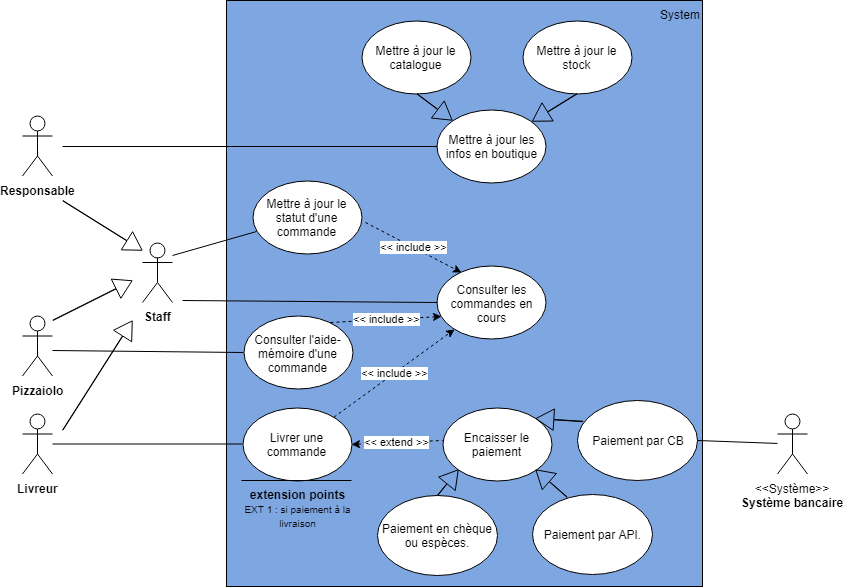
Above: Diagrammes/Diagramme CU Gestion Interne.png in Siridian/OCPizzaSpecFonc (draw.io), before the change. Source tidied: cells renumbered, new cells last; positions are measured from the earlier drawing's top-left corner, leaving out a move shared by most shapes.
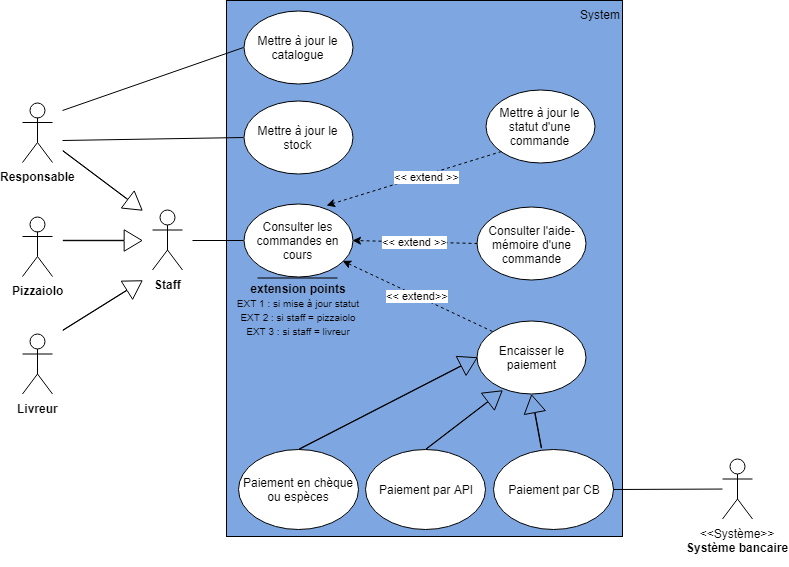
After the commit.

Commit message:
text descs + diagramms of all three packages, first iteration ready for review before merging in the main document

Diff of the diagram source:
```diff
@@ -3,135 +3,112 @@
     <mxCell id="0" />
     <mxCell id="1" parent="0" />
     <mxCell id="2" value="&lt;div style=&quot;text-align: left&quot;&gt;&lt;span&gt;System&lt;/span&gt;&lt;/div&gt;" style="whiteSpace=wrap;html=1;horizontal=1;fillColor=#7EA6E0;verticalAlign=top;labelPosition=center;verticalLabelPosition=middle;align=right;spacingLeft=325;" parent="1" vertex="1">
-      <mxGeometry x="204" width="476" height="586" as="geometry" />
+      <mxGeometry x="204" y="50" width="396" height="536" as="geometry" />
     </mxCell>
     <mxCell id="3" value="&lt;b&gt;Responsable&lt;/b&gt;&lt;br&gt;" style="shape=umlActor;verticalLabelPosition=bottom;labelBackgroundColor=#ffffff;verticalAlign=top;html=1;" parent="1" vertex="1">
-      <mxGeometry y="115.5" width="30" height="60" as="geometry" />
+      <mxGeometry y="152" width="30" height="60" as="geometry" />
     </mxCell>
     <mxCell id="4" value="&lt;b&gt;Pizzaiolo&lt;/b&gt;" style="shape=umlActor;verticalLabelPosition=bottom;labelBackgroundColor=#ffffff;verticalAlign=top;html=1;" parent="1" vertex="1">
-      <mxGeometry y="315.5" width="30" height="60" as="geometry" />
+      <mxGeometry y="266" width="30" height="60" as="geometry" />
     </mxCell>
     <mxCell id="5" value="&lt;b&gt;Livreur&lt;br&gt;&lt;/b&gt;&lt;br&gt;" style="shape=umlActor;verticalLabelPosition=bottom;labelBackgroundColor=#ffffff;verticalAlign=top;html=1;outlineConnect=0;" parent="1" vertex="1">
-      <mxGeometry y="413.5" width="30" height="60" as="geometry" />
+      <mxGeometry y="383.5" width="30" height="60" as="geometry" />
     </mxCell>
     <mxCell id="6" value="Consulter les commandes en cours" style="ellipse;whiteSpace=wrap;html=1;" parent="1" vertex="1">
-      <mxGeometry x="414.5" y="265.5" width="109" height="73" as="geometry" />
+      <mxGeometry x="221" y="253" width="109" height="73" as="geometry" />
     </mxCell>
-    <mxCell id="7" value="&amp;lt;&amp;lt; include &amp;gt;&amp;gt;" style="endArrow=classic;html=1;dashed=1;" parent="1" edge="1" source="9" target="6">
+    <mxCell id="7" value="&amp;lt;&amp;lt; extend&amp;gt;&amp;gt;" style="endArrow=classic;html=1;dashed=1;exitX=0;exitY=0;exitDx=0;exitDy=0;" parent="1" edge="1" source="23" target="6">
       <mxGeometry relative="1" as="geometry" />
     </mxCell>
     <mxCell id="8" value="Consulter l'aide-mémoire d'une commande" style="ellipse;whiteSpace=wrap;html=1;" parent="1" vertex="1">
-      <mxGeometry x="221" y="315.5" width="109" height="73" as="geometry" />
+      <mxGeometry x="454.5" y="256.5" width="109" height="73" as="geometry" />
     </mxCell>
-    <mxCell id="9" value="Livrer une commande&lt;br&gt;" style="ellipse;whiteSpace=wrap;html=1;" parent="1" vertex="1">
-      <mxGeometry x="220" y="407" width="109" height="73" as="geometry" />
-    </mxCell>
     <mxCell id="10" value="Mettre à jour le catalogue" style="ellipse;whiteSpace=wrap;html=1;" parent="1" vertex="1">
-      <mxGeometry x="339" y="20" width="109" height="73" as="geometry" />
+      <mxGeometry x="221" y="60" width="109" height="73" as="geometry" />
     </mxCell>
-    <mxCell id="11" value="Mettre à jour les infos en boutique&lt;br&gt;" style="ellipse;whiteSpace=wrap;html=1;" parent="1" vertex="1">
-      <mxGeometry x="414.5" y="109" width="109" height="73" as="geometry" />
-    </mxCell>
-    <mxCell id="12" style="endArrow=none;html=1;endFill=0;entryX=0;entryY=0.5;entryDx=0;entryDy=0;" parent="1" edge="1" target="11">
+    <mxCell id="12" style="endArrow=none;html=1;endFill=0;entryX=0;entryY=0.5;entryDx=0;entryDy=0;" parent="1" edge="1" target="10">
       <mxGeometry relative="1" as="geometry">
-        <mxPoint x="40" y="146" as="sourcePoint" />
+        <mxPoint x="40" y="160" as="sourcePoint" />
       </mxGeometry>
     </mxCell>
-    <mxCell id="13" value="&amp;lt;&amp;lt; include &amp;gt;&amp;gt;" style="endArrow=classic;html=1;dashed=1;exitX=0.799;exitY=0.091;exitDx=0;exitDy=0;entryX=0.041;entryY=0.688;entryDx=0;entryDy=0;exitPerimeter=0;entryPerimeter=0;" parent="1" edge="1" source="8" target="6">
+    <mxCell id="13" value="&amp;lt;&amp;lt; extend &amp;gt;&amp;gt;" style="endArrow=classic;html=1;dashed=1;exitX=0;exitY=0.5;exitDx=0;exitDy=0;entryX=1;entryY=0.5;entryDx=0;entryDy=0;" parent="1" edge="1" source="8" target="6">
       <mxGeometry relative="1" as="geometry" />
     </mxCell>
-    <mxCell id="14" style="endArrow=none;html=1;endFill=0;entryX=0;entryY=0.5;entryDx=0;entryDy=0;" parent="1" edge="1" target="8">
-      <mxGeometry relative="1" as="geometry">
-        <mxPoint x="30" y="350" as="sourcePoint" />
-      </mxGeometry>
-    </mxCell>
-    <mxCell id="15" style="endArrow=none;html=1;endFill=0;" parent="1" edge="1" source="5" target="9">
-      <mxGeometry relative="1" as="geometry" />
-    </mxCell>
     <mxCell id="16" style="endArrow=none;html=1;endFill=0;entryX=0;entryY=0.5;entryDx=0;entryDy=0;" parent="1" edge="1" target="6">
       <mxGeometry relative="1" as="geometry">
-        <mxPoint x="160" y="300" as="sourcePoint" />
+        <mxPoint x="170" y="290" as="sourcePoint" />
       </mxGeometry>
     </mxCell>
     <mxCell id="17" value="Mettre à jour le stock" style="ellipse;whiteSpace=wrap;html=1;" parent="1" vertex="1">
-      <mxGeometry x="500" y="20" width="109" height="73" as="geometry" />
+      <mxGeometry x="221" y="150" width="109" height="73" as="geometry" />
     </mxCell>
-    <mxCell id="18" style="shape=flexArrow;endArrow=classic;html=1;width=0.4;endSize=5.616;exitX=0.5;exitY=1;exitDx=0;exitDy=0;" parent="1" edge="1" source="17" target="11">
-      <mxGeometry relative="1" as="geometry" />
-    </mxCell>
-    <mxCell id="19" style="shape=flexArrow;endArrow=classic;html=1;width=0.4;endSize=5.616;exitX=0.5;exitY=1;exitDx=0;exitDy=0;entryX=0;entryY=0;entryDx=0;entryDy=0;" parent="1" edge="1" source="10" target="11">
-      <mxGeometry relative="1" as="geometry" />
-    </mxCell>
     <mxCell id="20" value="Mettre à jour le statut d'une commande" style="ellipse;whiteSpace=wrap;html=1;" parent="1" vertex="1">
-      <mxGeometry x="230" y="180" width="109" height="73" as="geometry" />
+      <mxGeometry x="463" y="139" width="109" height="73" as="geometry" />
     </mxCell>
-    <mxCell id="21" style="endArrow=none;html=1;endFill=0;entryX=0.041;entryY=0.704;entryDx=0;entryDy=0;entryPerimeter=0;" parent="1" edge="1" target="20">
-      <mxGeometry relative="1" as="geometry">
-        <mxPoint x="150" y="255" as="sourcePoint" />
-      </mxGeometry>
-    </mxCell>
-    <mxCell id="22" value="&amp;lt;&amp;lt; include &amp;gt;&amp;gt;" style="endArrow=classic;html=1;dashed=1;exitX=1.035;exitY=0.577;exitDx=0;exitDy=0;entryX=0.229;entryY=0.095;entryDx=0;entryDy=0;exitPerimeter=0;entryPerimeter=0;" parent="1" edge="1" source="20" target="6">
-      <mxGeometry relative="1" as="geometry" />
+    <mxCell id="22" value="&amp;lt;&amp;lt; extend &amp;gt;&amp;gt;" style="endArrow=classic;html=1;dashed=1;exitX=0;exitY=1;exitDx=0;exitDy=0;entryX=0.766;entryY=0.034;entryDx=0;entryDy=0;entryPerimeter=0;" parent="1" edge="1" source="20" target="6">
+      <mxGeometry x="-0.14" y="2" relative="1" as="geometry" />
     </mxCell>
     <mxCell id="23" value="Encaisser le paiement&lt;br&gt;" style="ellipse;whiteSpace=wrap;html=1;" parent="1" vertex="1">
-      <mxGeometry x="420" y="407" width="109" height="73" as="geometry" />
+      <mxGeometry x="454.5" y="370.5" width="109" height="73" as="geometry" />
     </mxCell>
     <mxCell id="24" value="Paiement par CB" style="ellipse;whiteSpace=wrap;html=1;" parent="1" vertex="1">
-      <mxGeometry x="554.5" y="400" width="120" height="80" as="geometry" />
+      <mxGeometry x="470.5" y="498.5" width="120" height="80" as="geometry" />
     </mxCell>
-    <mxCell id="25" value="Paiement par API." style="ellipse;whiteSpace=wrap;html=1;" parent="1" vertex="1">
-      <mxGeometry x="510" y="493.5" width="120" height="80" as="geometry" />
+    <mxCell id="25" value="Paiement par API" style="ellipse;whiteSpace=wrap;html=1;" parent="1" vertex="1">
+      <mxGeometry x="343" y="498.5" width="120" height="80" as="geometry" />
     </mxCell>
-    <mxCell id="26" style="shape=flexArrow;endArrow=classic;html=1;width=0.4;endSize=5.616;exitX=0.292;exitY=0.044;exitDx=0;exitDy=0;entryX=1;entryY=1;entryDx=0;entryDy=0;exitPerimeter=0;" parent="1" edge="1" source="25" target="23">
+    <mxCell id="26" style="shape=flexArrow;endArrow=classic;html=1;width=0.4;endSize=5.616;exitX=0.5;exitY=0;exitDx=0;exitDy=0;entryX=0.234;entryY=0.952;entryDx=0;entryDy=0;entryPerimeter=0;" parent="1" edge="1" source="25" target="23">
       <mxGeometry relative="1" as="geometry" />
     </mxCell>
-    <mxCell id="27" style="shape=flexArrow;endArrow=classic;html=1;width=0.4;endSize=5.616;exitX=0.056;exitY=0.259;exitDx=0;exitDy=0;entryX=1;entryY=0;entryDx=0;entryDy=0;exitPerimeter=0;" parent="1" edge="1" source="24" target="23">
+    <mxCell id="27" style="shape=flexArrow;endArrow=classic;html=1;width=0.4;endSize=5.616;entryX=0.5;entryY=1;entryDx=0;entryDy=0;exitX=0.408;exitY=-0.003;exitDx=0;exitDy=0;exitPerimeter=0;" parent="1" edge="1" source="24" target="23">
       <mxGeometry relative="1" as="geometry" />
     </mxCell>
     <mxCell id="28" value="&lt;b&gt;Staff&lt;/b&gt;" style="shape=umlActor;verticalLabelPosition=bottom;labelBackgroundColor=#ffffff;verticalAlign=top;html=1;" parent="1" vertex="1">
-      <mxGeometry x="120" y="242" width="30" height="60" as="geometry" />
+      <mxGeometry x="130" y="259.5" width="30" height="60" as="geometry" />
     </mxCell>
     <mxCell id="29" style="shape=flexArrow;endArrow=classic;html=1;width=0.4;endSize=5.616;" parent="1" edge="1">
       <mxGeometry relative="1" as="geometry">
         <mxPoint x="40" y="200" as="sourcePoint" />
-        <mxPoint x="120" y="250" as="targetPoint" />
+        <mxPoint x="120" y="260" as="targetPoint" />
       </mxGeometry>
     </mxCell>
     <mxCell id="30" style="shape=flexArrow;endArrow=classic;html=1;width=0.4;endSize=5.616;" parent="1" edge="1">
       <mxGeometry relative="1" as="geometry">
-        <mxPoint x="30" y="320" as="sourcePoint" />
-        <mxPoint x="110" y="280" as="targetPoint" />
+        <mxPoint x="40" y="290" as="sourcePoint" />
+        <mxPoint x="120" y="290" as="targetPoint" />
       </mxGeometry>
     </mxCell>
     <mxCell id="31" style="shape=flexArrow;endArrow=classic;html=1;width=0.4;endSize=5.616;" parent="1" edge="1">
       <mxGeometry relative="1" as="geometry">
-        <mxPoint x="40" y="430" as="sourcePoint" />
-        <mxPoint x="110" y="320" as="targetPoint" />
+        <mxPoint x="40" y="380" as="sourcePoint" />
+        <mxPoint x="120" y="330" as="targetPoint" />
       </mxGeometry>
     </mxCell>
-    <mxCell id="32" value="&lt;b&gt;extension points&lt;/b&gt;&lt;br&gt;&lt;font style=&quot;font-size: 10px&quot;&gt;EXT 1 : si paiement à la livraison&lt;/font&gt;&lt;br&gt;" style="text;html=1;strokeColor=none;fillColor=none;align=center;verticalAlign=middle;whiteSpace=wrap;rounded=0;" parent="1" vertex="1">
-      <mxGeometry x="220" y="480" width="110" height="55" as="geometry" />
+    <mxCell id="32" value="&lt;b&gt;extension points&lt;/b&gt;&lt;br&gt;&lt;font style=&quot;font-size: 10px&quot;&gt;EXT 1 : si mise à jour statut&lt;br&gt;&lt;/font&gt;&lt;font style=&quot;font-size: 10px&quot;&gt;EXT 2 : si staff = pizzaiolo&lt;br&gt;EXT 3 : si staff = livreur&lt;/font&gt;&lt;br&gt;" style="text;html=1;strokeColor=none;fillColor=none;align=center;verticalAlign=middle;whiteSpace=wrap;rounded=0;" parent="1" vertex="1">
+      <mxGeometry x="196" y="330.5" width="159" height="55" as="geometry" />
     </mxCell>
-    <mxCell id="33" value="&amp;lt;&amp;lt; extend &amp;gt;&amp;gt;" style="endArrow=none;html=1;dashed=1;exitX=1;exitY=0.5;exitDx=0;exitDy=0;entryX=-0.004;entryY=0.447;entryDx=0;entryDy=0;entryPerimeter=0;startArrow=classic;startFill=1;endFill=0;" parent="1" edge="1" source="9" target="23">
-      <mxGeometry relative="1" as="geometry" />
-    </mxCell>
-    <mxCell id="34" style="endArrow=none;html=1;" parent="1" edge="1">
-      <mxGeometry relative="1" as="geometry">
-        <mxPoint x="219" y="480" as="sourcePoint" />
-        <mxPoint x="329" y="480" as="targetPoint" />
-      </mxGeometry>
-    </mxCell>
     <mxCell id="35" value="&amp;lt;&amp;lt;Système&amp;gt;&amp;gt;&lt;br&gt;&lt;b&gt;Système bancaire&lt;br&gt;&lt;/b&gt;&lt;br&gt;" style="shape=umlActor;verticalLabelPosition=bottom;labelBackgroundColor=#ffffff;verticalAlign=top;html=1;outlineConnect=0;" parent="1" vertex="1">
-      <mxGeometry x="755" y="413.5" width="30" height="60" as="geometry" />
+      <mxGeometry x="700" y="508.5" width="30" height="60" as="geometry" />
     </mxCell>
     <mxCell id="36" style="endArrow=none;html=1;endFill=0;exitX=1;exitY=0.5;exitDx=0;exitDy=0;" parent="1" edge="1" source="24" target="35">
       <mxGeometry relative="1" as="geometry" />
     </mxCell>
-    <mxCell id="37" value="Paiement en chèque ou espèces." style="ellipse;whiteSpace=wrap;html=1;" parent="1" vertex="1">
-      <mxGeometry x="354.5" y="495" width="120" height="80" as="geometry" />
+    <mxCell id="37" value="Paiement en chèque ou espèces" style="ellipse;whiteSpace=wrap;html=1;" parent="1" vertex="1">
+      <mxGeometry x="215.5" y="498.5" width="120" height="80" as="geometry" />
     </mxCell>
-    <mxCell id="38" style="shape=flexArrow;endArrow=classic;html=1;width=0.4;endSize=5.616;exitX=0.5;exitY=0;exitDx=0;exitDy=0;entryX=0;entryY=1;entryDx=0;entryDy=0;" parent="1" edge="1" source="37" target="23">
+    <mxCell id="38" style="shape=flexArrow;endArrow=classic;html=1;width=0.4;endSize=5.616;exitX=0.5;exitY=0;exitDx=0;exitDy=0;entryX=0;entryY=0.5;entryDx=0;entryDy=0;" parent="1" edge="1" source="37" target="23">
       <mxGeometry relative="1" as="geometry" />
     </mxCell>
+    <mxCell id="39" style="endArrow=none;html=1;endFill=0;entryX=0;entryY=0.5;entryDx=0;entryDy=0;" parent="1" edge="1" target="17">
+      <mxGeometry relative="1" as="geometry">
+        <mxPoint x="40" y="190" as="sourcePoint" />
+      </mxGeometry>
+    </mxCell>
+    <mxCell id="40" style="endArrow=none;html=1;endFill=0;" parent="1" edge="1">
+      <mxGeometry relative="1" as="geometry">
+        <mxPoint x="235" y="327.5" as="sourcePoint" />
+        <mxPoint x="315" y="327.5" as="targetPoint" />
+      </mxGeometry>
+    </mxCell>
   </root>
 </mxGraphModel>
```
